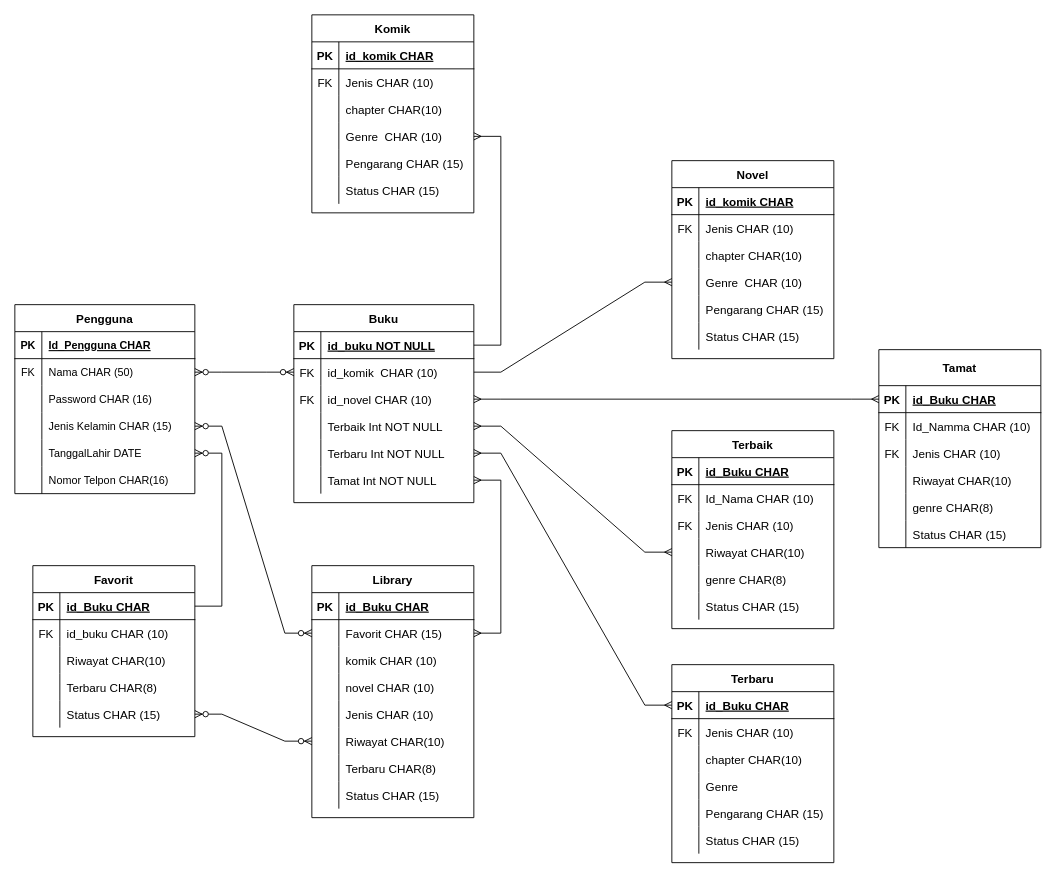
Above: Pertemuan5/pertemuan5-erd.drawio in Nurrohman10/IF214002-2 (draw.io), before the change. Source tidied: cells renumbered, new cells numbered last; positions are measured from the earlier drawing's top-left corner, leaving out a move shared by most shapes. Both pictures are drawn from the tidied source at 90%, with x=0, y=0 at pixel (14, 14).
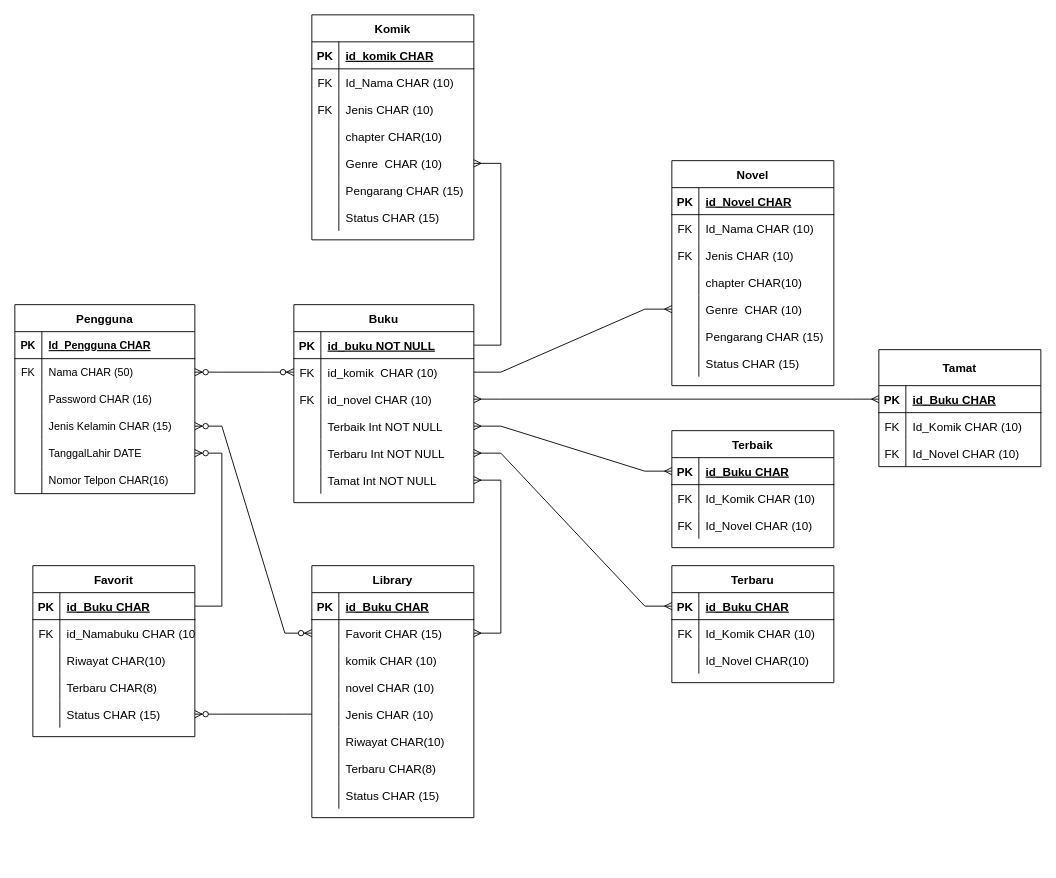
Above is the later version.

Unchanged cells that the change refers to:
```xml
<mxCell id="53" style="shape=tableRow;horizontal=0;startSize=0;swimlaneHead=0;swimlaneBody=0;fillColor=none;points=[[0,0.5],[1,0.5]];portConstraint=eastwest;top=0;left=0;right=0;bottom=0;fontSize=13;" parent="40" vertex="1">
  <mxGeometry y="150" width="180" height="30" as="geometry" />
</mxCell>
<mxCell id="56" style="shape=tableRow;horizontal=0;startSize=0;swimlaneHead=0;swimlaneBody=0;fillColor=none;points=[[0,0.5],[1,0.5]];portConstraint=eastwest;top=0;left=0;right=0;bottom=0;fontSize=13;" parent="40" vertex="1">
  <mxGeometry y="180" width="180" height="30" as="geometry" />
</mxCell>
<mxCell id="70" style="shape=tableRow;horizontal=0;startSize=0;swimlaneHead=0;swimlaneBody=0;fillColor=none;top=0;left=0;right=0;bottom=0;fontSize=13;" parent="66" vertex="1">
  <mxGeometry y="60" width="180" height="30" as="geometry" />
</mxCell>
<mxCell id="79" style="shape=tableRow;horizontal=0;startSize=0;swimlaneHead=0;swimlaneBody=0;fillColor=none;points=[[0,0.5],[1,0.5]];portConstraint=eastwest;top=0;left=0;right=0;bottom=0;fontSize=13;" parent="66" vertex="1">
  <mxGeometry y="150" width="180" height="30" as="geometry" />
</mxCell>
<mxCell id="85" style="shape=tableRow;horizontal=0;startSize=0;swimlaneHead=0;swimlaneBody=0;fillColor=none;points=[[0,0.5],[1,0.5]];portConstraint=eastwest;top=0;left=0;right=0;bottom=1;fontSize=13;" parent="84" vertex="1">
  <mxGeometry y="30" width="180" height="30" as="geometry" />
</mxCell>
<mxCell id="88" style="shape=tableRow;horizontal=0;startSize=0;swimlaneHead=0;swimlaneBody=0;fillColor=none;top=0;left=0;right=0;bottom=0;fontSize=13;" parent="84" vertex="1">
  <mxGeometry y="60" width="180" height="30" as="geometry" />
</mxCell>
<mxCell id="91" style="shape=tableRow;horizontal=0;startSize=0;swimlaneHead=0;swimlaneBody=0;fillColor=none;top=0;left=0;right=0;bottom=0;fontSize=13;" parent="84" vertex="1">
  <mxGeometry y="90" width="180" height="30" as="geometry" />
</mxCell>
<mxCell id="105" style="shape=tableRow;horizontal=0;startSize=0;swimlaneHead=0;swimlaneBody=0;fillColor=none;top=0;left=0;right=0;bottom=1;fontSize=13;" parent="104" vertex="1">
  <mxGeometry y="30" width="180" height="30" as="geometry" />
</mxCell>
<mxCell id="108" style="shape=tableRow;horizontal=0;startSize=0;swimlaneHead=0;swimlaneBody=0;fillColor=none;top=0;left=0;right=0;bottom=0;fontSize=13;" parent="104" vertex="1">
  <mxGeometry y="60" width="180" height="30" as="geometry" />
</mxCell>
<mxCell id="129" style="shape=tableRow;horizontal=0;startSize=0;swimlaneHead=0;swimlaneBody=0;fillColor=none;top=0;left=0;right=0;bottom=0;fontSize=13;" parent="125" vertex="1">
  <mxGeometry y="60" width="180" height="30" as="geometry" />
</mxCell>
<mxCell id="132" style="shape=tableRow;horizontal=0;startSize=0;swimlaneHead=0;swimlaneBody=0;fillColor=none;top=0;left=0;right=0;bottom=0;fontSize=13;" parent="125" vertex="1">
  <mxGeometry y="90" width="180" height="30" as="geometry" />
</mxCell>
<mxCell id="148" style="shape=tableRow;horizontal=0;startSize=0;swimlaneHead=0;swimlaneBody=0;fillColor=none;top=0;left=0;right=0;bottom=0;fontSize=13;" parent="144" vertex="1">
  <mxGeometry y="60" width="180" height="30" as="geometry" />
</mxCell>
<mxCell id="170" style="shape=tableRow;horizontal=0;startSize=0;swimlaneHead=0;swimlaneBody=0;fillColor=none;top=0;left=0;right=0;bottom=0;fontSize=13;" parent="166" vertex="1">
  <mxGeometry y="70" width="180" height="30" as="geometry" />
</mxCell>
<mxCell id="173" style="shape=tableRow;horizontal=0;startSize=0;swimlaneHead=0;swimlaneBody=0;fillColor=none;top=0;left=0;right=0;bottom=0;fontSize=13;" parent="166" vertex="1">
  <mxGeometry y="100" width="180" height="30" as="geometry" />
</mxCell>
```

Change to the diagram source:
```diff
@@
-    <mxCell id="72" value="id_buku CHAR (10)" style="shape=partialRectangle;fillColor=none;top=0;left=0;bottom=0;right=0;align=left;spacingLeft=6;overflow=hidden;fontSize=13;" parent="70" vertex="1">
+    <mxCell id="72" value="id_Namabuku CHAR (10)" style="shape=partialRectangle;fillColor=none;top=0;left=0;bottom=0;right=0;align=left;spacingLeft=6;overflow=hidden;fontSize=13;" parent="70" vertex="1">
       <mxGeometry x="30" width="150" height="30" as="geometry" />
     </mxCell>
@@
-    <mxCell id="82" style="edgeStyle=entityRelationEdgeStyle;fontSize=12;html=1;endArrow=ERzeroToMany;endFill=1;startArrow=ERzeroToMany;rounded=0;entryX=0;entryY=0.5;entryDx=0;entryDy=0;exitX=1;exitY=0.5;exitDx=0;exitDy=0;" parent="1" edge="1" source="79" target="56">
-      <mxGeometry relative="1" as="geometry" />
-    </mxCell>
@@
     <mxCell id="84" value="Terbaik" style="shape=table;startSize=30;childLayout=tableLayout;rowLines=0;fontStyle=1;align=center;fontSize=13;" parent="1" vertex="1">
-      <mxGeometry x="730" y="462" width="180" height="220" as="geometry" />
+      <mxGeometry x="730" y="462" width="180" height="130" as="geometry" />
     </mxCell>
@@
-    <mxCell id="90" value="Id_Nama CHAR (10)" style="shape=partialRectangle;fillColor=none;top=0;left=0;bottom=0;right=0;align=left;spacingLeft=6;overflow=hidden;fontSize=13;" parent="88" vertex="1">
+    <mxCell id="90" value="Id_Komik CHAR (10)" style="shape=partialRectangle;fillColor=none;top=0;left=0;bottom=0;right=0;align=left;spacingLeft=6;overflow=hidden;fontSize=13;" parent="88" vertex="1">
       <mxGeometry x="30" width="150" height="30" as="geometry" />
     </mxCell>
@@
-    <mxCell id="93" value="Jenis CHAR (10)" style="shape=partialRectangle;fillColor=none;top=0;left=0;bottom=0;right=0;align=left;spacingLeft=6;overflow=hidden;fontSize=13;" parent="91" vertex="1">
+    <mxCell id="93" value="Id_Novel CHAR (10)" style="shape=partialRectangle;fillColor=none;top=0;left=0;bottom=0;right=0;align=left;spacingLeft=6;overflow=hidden;fontSize=13;" parent="91" vertex="1">
       <mxGeometry x="30" width="150" height="30" as="geometry" />
     </mxCell>
-    <mxCell id="94" style="shape=tableRow;horizontal=0;startSize=0;swimlaneHead=0;swimlaneBody=0;fillColor=none;points=[[0,0.5],[1,0.5]];portConstraint=eastwest;top=0;left=0;right=0;bottom=0;fontSize=13;" parent="84" vertex="1">
-      <mxGeometry y="120" width="180" height="30" as="geometry" />
-    </mxCell>
-    <mxCell id="95" style="shape=partialRectangle;fillColor=none;top=0;left=0;bottom=0;right=0;overflow=hidden;fontSize=13;" parent="94" vertex="1">
-      <mxGeometry width="30" height="30" as="geometry" />
-    </mxCell>
-    <mxCell id="96" value="Riwayat CHAR(10)" style="shape=partialRectangle;fillColor=none;top=0;left=0;bottom=0;right=0;align=left;spacingLeft=6;overflow=hidden;fontSize=13;" parent="94" vertex="1">
-      <mxGeometry x="30" width="150" height="30" as="geometry" />
-    </mxCell>
-    <mxCell id="97" style="shape=tableRow;horizontal=0;startSize=0;swimlaneHead=0;swimlaneBody=0;fillColor=none;top=0;left=0;right=0;bottom=0;fontSize=13;" parent="84" vertex="1">
-      <mxGeometry y="150" width="180" height="30" as="geometry" />
-    </mxCell>
-    <mxCell id="98" style="shape=partialRectangle;fillColor=none;top=0;left=0;bottom=0;right=0;overflow=hidden;fontSize=13;" parent="97" vertex="1">
-      <mxGeometry width="30" height="30" as="geometry" />
-    </mxCell>
-    <mxCell id="99" value="genre CHAR(8)" style="shape=partialRectangle;fillColor=none;top=0;left=0;bottom=0;right=0;align=left;spacingLeft=6;overflow=hidden;fontSize=13;" parent="97" vertex="1">
-      <mxGeometry x="30" width="150" height="30" as="geometry" />
-    </mxCell>
-    <mxCell id="100" style="shape=tableRow;horizontal=0;startSize=0;swimlaneHead=0;swimlaneBody=0;fillColor=none;top=0;left=0;right=0;bottom=0;fontSize=13;" parent="84" vertex="1">
-      <mxGeometry y="180" width="180" height="30" as="geometry" />
-    </mxCell>
-    <mxCell id="101" style="shape=partialRectangle;fillColor=none;top=0;left=0;bottom=0;right=0;overflow=hidden;fontSize=13;" parent="100" vertex="1">
-      <mxGeometry width="30" height="30" as="geometry" />
-    </mxCell>
-    <mxCell id="102" value="Status CHAR (15)" style="shape=partialRectangle;fillColor=none;top=0;left=0;bottom=0;right=0;align=left;spacingLeft=6;overflow=hidden;fontSize=13;" parent="100" vertex="1">
-      <mxGeometry x="30" width="150" height="30" as="geometry" />
-    </mxCell>
-    <mxCell id="103" style="edgeStyle=entityRelationEdgeStyle;fontSize=12;html=1;endArrow=ERmany;startArrow=ERmany;rounded=0;entryX=0;entryY=0.5;entryDx=0;entryDy=0;exitX=1;exitY=0.5;exitDx=0;exitDy=0;" parent="1" edge="1" target="94">
+    <mxCell id="103" style="edgeStyle=entityRelationEdgeStyle;fontSize=12;html=1;endArrow=ERmany;startArrow=ERmany;rounded=0;entryX=0;entryY=0.5;entryDx=0;entryDy=0;exitX=1;exitY=0.5;exitDx=0;exitDy=0;" parent="1" edge="1" target="85">
       <mxGeometry relative="1" as="geometry">
         <mxPoint x="510" y="457" as="sourcePoint" />
       </mxGeometry>
     </mxCell>
     <mxCell id="104" value="Novel" style="shape=table;startSize=30;childLayout=tableLayout;rowLines=0;fontStyle=1;align=center;fontSize=13;" parent="1" vertex="1">
-      <mxGeometry x="730" y="162" width="180" height="220" as="geometry" />
+      <mxGeometry x="730" y="162" width="180" height="250" as="geometry" />
     </mxCell>
@@
-    <mxCell id="107" value="id_komik CHAR" style="shape=partialRectangle;fillColor=none;top=0;left=0;bottom=0;right=0;align=left;spacingLeft=6;fontStyle=5;overflow=hidden;fontSize=13;" parent="105" vertex="1">
+    <mxCell id="107" value="id_Novel CHAR" style="shape=partialRectangle;fillColor=none;top=0;left=0;bottom=0;right=0;align=left;spacingLeft=6;fontStyle=5;overflow=hidden;fontSize=13;" parent="105" vertex="1">
       <mxGeometry x="30" width="150" height="30" as="geometry" />
     </mxCell>
@@
-    <mxCell id="110" value="Jenis CHAR (10)" style="shape=partialRectangle;fillColor=none;top=0;left=0;bottom=0;right=0;align=left;spacingLeft=6;overflow=hidden;fontSize=13;" parent="108" vertex="1">
+    <mxCell id="110" value="Id_Nama CHAR (10)" style="shape=partialRectangle;fillColor=none;top=0;left=0;bottom=0;right=0;align=left;spacingLeft=6;overflow=hidden;fontSize=13;" parent="108" vertex="1">
       <mxGeometry x="30" width="150" height="30" as="geometry" />
     </mxCell>
+    <mxCell id="186" style="shape=tableRow;horizontal=0;startSize=0;swimlaneHead=0;swimlaneBody=0;fillColor=none;top=0;left=0;right=0;bottom=0;fontSize=13;" parent="104" vertex="1">
+      <mxGeometry y="90" width="180" height="30" as="geometry" />
+    </mxCell>
+    <mxCell id="187" value="FK" style="shape=partialRectangle;fillColor=none;top=0;left=0;bottom=0;right=0;overflow=hidden;fontSize=13;" parent="186" vertex="1">
+      <mxGeometry width="30" height="30" as="geometry" />
+    </mxCell>
+    <mxCell id="188" value="Jenis CHAR (10)" style="shape=partialRectangle;fillColor=none;top=0;left=0;bottom=0;right=0;align=left;spacingLeft=6;overflow=hidden;fontSize=13;" parent="186" vertex="1">
+      <mxGeometry x="30" width="150" height="30" as="geometry" />
+    </mxCell>
     <mxCell id="111" style="shape=tableRow;horizontal=0;startSize=0;swimlaneHead=0;swimlaneBody=0;fillColor=none;top=0;left=0;right=0;bottom=0;fontSize=13;" parent="104" vertex="1">
-      <mxGeometry y="90" width="180" height="30" as="geometry" />
+      <mxGeometry y="120" width="180" height="30" as="geometry" />
     </mxCell>
@@
     <mxCell id="114" style="shape=tableRow;horizontal=0;startSize=0;swimlaneHead=0;swimlaneBody=0;fillColor=none;points=[[0,0.5],[1,0.5]];portConstraint=eastwest;top=0;left=0;right=0;bottom=0;fontSize=13;" parent="104" vertex="1">
-      <mxGeometry y="120" width="180" height="30" as="geometry" />
+      <mxGeometry y="150" width="180" height="30" as="geometry" />
     </mxCell>
@@
     <mxCell id="117" style="shape=tableRow;horizontal=0;startSize=0;swimlaneHead=0;swimlaneBody=0;fillColor=none;top=0;left=0;right=0;bottom=0;fontSize=13;" parent="104" vertex="1">
-      <mxGeometry y="150" width="180" height="30" as="geometry" />
+      <mxGeometry y="180" width="180" height="30" as="geometry" />
     </mxCell>
@@
     <mxCell id="120" style="shape=tableRow;horizontal=0;startSize=0;swimlaneHead=0;swimlaneBody=0;fillColor=none;top=0;left=0;right=0;bottom=0;fontSize=13;" parent="104" vertex="1">
-      <mxGeometry y="180" width="180" height="30" as="geometry" />
+      <mxGeometry y="210" width="180" height="30" as="geometry" />
     </mxCell>
@@
     <mxCell id="125" value="Terbaru" style="shape=table;startSize=30;childLayout=tableLayout;rowLines=0;fontStyle=1;align=center;fontSize=13;" parent="1" vertex="1">
-      <mxGeometry x="730" y="722" width="180" height="220" as="geometry" />
+      <mxGeometry x="730" y="612" width="180" height="130" as="geometry" />
     </mxCell>
@@
-    <mxCell id="131" value="Jenis CHAR (10)" style="shape=partialRectangle;fillColor=none;top=0;left=0;bottom=0;right=0;align=left;spacingLeft=6;overflow=hidden;fontSize=13;" parent="129" vertex="1">
+    <mxCell id="131" value="Id_Komik CHAR (10)" style="shape=partialRectangle;fillColor=none;top=0;left=0;bottom=0;right=0;align=left;spacingLeft=6;overflow=hidden;fontSize=13;" parent="129" vertex="1">
       <mxGeometry x="30" width="150" height="30" as="geometry" />
     </mxCell>
@@
-    <mxCell id="134" value="chapter CHAR(10)" style="shape=partialRectangle;fillColor=none;top=0;left=0;bottom=0;right=0;align=left;spacingLeft=6;overflow=hidden;fontSize=13;" parent="132" vertex="1">
+    <mxCell id="134" value="Id_Novel CHAR(10)" style="shape=partialRectangle;fillColor=none;top=0;left=0;bottom=0;right=0;align=left;spacingLeft=6;overflow=hidden;fontSize=13;" parent="132" vertex="1">
       <mxGeometry x="30" width="150" height="30" as="geometry" />
     </mxCell>
-    <mxCell id="135" style="shape=tableRow;horizontal=0;startSize=0;swimlaneHead=0;swimlaneBody=0;fillColor=none;top=0;left=0;right=0;bottom=0;fontSize=13;" parent="125" vertex="1">
-      <mxGeometry y="120" width="180" height="30" as="geometry" />
-    </mxCell>
-    <mxCell id="136" style="shape=partialRectangle;fillColor=none;top=0;left=0;bottom=0;right=0;overflow=hidden;fontSize=13;" parent="135" vertex="1">
-      <mxGeometry width="30" height="30" as="geometry" />
-    </mxCell>
-    <mxCell id="137" value="Genre  " style="shape=partialRectangle;fillColor=none;top=0;left=0;bottom=0;right=0;align=left;spacingLeft=6;overflow=hidden;fontSize=13;" parent="135" vertex="1">
-      <mxGeometry x="30" width="150" height="30" as="geometry" />
-    </mxCell>
-    <mxCell id="138" style="shape=tableRow;horizontal=0;startSize=0;swimlaneHead=0;swimlaneBody=0;fillColor=none;top=0;left=0;right=0;bottom=0;fontSize=13;" parent="125" vertex="1">
-      <mxGeometry y="150" width="180" height="30" as="geometry" />
-    </mxCell>
-    <mxCell id="139" style="shape=partialRectangle;fillColor=none;top=0;left=0;bottom=0;right=0;overflow=hidden;fontSize=13;" parent="138" vertex="1">
-      <mxGeometry width="30" height="30" as="geometry" />
-    </mxCell>
-    <mxCell id="140" value="Pengarang CHAR (15)" style="shape=partialRectangle;fillColor=none;top=0;left=0;bottom=0;right=0;align=left;spacingLeft=6;overflow=hidden;fontSize=13;" parent="138" vertex="1">
-      <mxGeometry x="30" width="150" height="30" as="geometry" />
-    </mxCell>
-    <mxCell id="141" style="shape=tableRow;horizontal=0;startSize=0;swimlaneHead=0;swimlaneBody=0;fillColor=none;top=0;left=0;right=0;bottom=0;fontSize=13;" parent="125" vertex="1">
-      <mxGeometry y="180" width="180" height="30" as="geometry" />
-    </mxCell>
-    <mxCell id="142" style="shape=partialRectangle;fillColor=none;top=0;left=0;bottom=0;right=0;overflow=hidden;fontSize=13;" parent="141" vertex="1">
-      <mxGeometry width="30" height="30" as="geometry" />
-    </mxCell>
-    <mxCell id="143" value="Status CHAR (15)" style="shape=partialRectangle;fillColor=none;top=0;left=0;bottom=0;right=0;align=left;spacingLeft=6;overflow=hidden;fontSize=13;" parent="141" vertex="1">
-      <mxGeometry x="30" width="150" height="30" as="geometry" />
-    </mxCell>
     <mxCell id="144" value="Komik" style="shape=table;startSize=30;childLayout=tableLayout;rowLines=0;fontStyle=1;align=center;fontSize=13;" parent="1" vertex="1">
-      <mxGeometry x="330" width="180" height="220" as="geometry" />
+      <mxGeometry x="330" width="180" height="250" as="geometry" />
     </mxCell>
@@
-    <mxCell id="150" value="Jenis CHAR (10)" style="shape=partialRectangle;fillColor=none;top=0;left=0;bottom=0;right=0;align=left;spacingLeft=6;overflow=hidden;fontSize=13;" parent="148" vertex="1">
+    <mxCell id="150" value="Id_Nama CHAR (10)" style="shape=partialRectangle;fillColor=none;top=0;left=0;bottom=0;right=0;align=left;spacingLeft=6;overflow=hidden;fontSize=13;" parent="148" vertex="1">
       <mxGeometry x="30" width="150" height="30" as="geometry" />
     </mxCell>
+    <mxCell id="189" style="shape=tableRow;horizontal=0;startSize=0;swimlaneHead=0;swimlaneBody=0;fillColor=none;top=0;left=0;right=0;bottom=0;fontSize=13;" parent="144" vertex="1">
+      <mxGeometry y="90" width="180" height="30" as="geometry" />
+    </mxCell>
+    <mxCell id="190" value="FK" style="shape=partialRectangle;fillColor=none;top=0;left=0;bottom=0;right=0;overflow=hidden;fontSize=13;" parent="189" vertex="1">
+      <mxGeometry width="30" height="30" as="geometry" />
+    </mxCell>
+    <mxCell id="191" value="Jenis CHAR (10)" style="shape=partialRectangle;fillColor=none;top=0;left=0;bottom=0;right=0;align=left;spacingLeft=6;overflow=hidden;fontSize=13;" parent="189" vertex="1">
+      <mxGeometry x="30" width="150" height="30" as="geometry" />
+    </mxCell>
     <mxCell id="151" style="shape=tableRow;horizontal=0;startSize=0;swimlaneHead=0;swimlaneBody=0;fillColor=none;top=0;left=0;right=0;bottom=0;fontSize=13;" parent="144" vertex="1">
-      <mxGeometry y="90" width="180" height="30" as="geometry" />
+      <mxGeometry y="120" width="180" height="30" as="geometry" />
     </mxCell>
@@
     <mxCell id="154" style="shape=tableRow;horizontal=0;startSize=0;swimlaneHead=0;swimlaneBody=0;fillColor=none;points=[[0,0.5],[1,0.5]];portConstraint=eastwest;top=0;left=0;right=0;bottom=0;fontSize=13;" parent="144" vertex="1">
-      <mxGeometry y="120" width="180" height="30" as="geometry" />
+      <mxGeometry y="150" width="180" height="30" as="geometry" />
     </mxCell>
@@
     <mxCell id="157" style="shape=tableRow;horizontal=0;startSize=0;swimlaneHead=0;swimlaneBody=0;fillColor=none;top=0;left=0;right=0;bottom=0;fontSize=13;" parent="144" vertex="1">
-      <mxGeometry y="150" width="180" height="30" as="geometry" />
+      <mxGeometry y="180" width="180" height="30" as="geometry" />
     </mxCell>
@@
     <mxCell id="160" style="shape=tableRow;horizontal=0;startSize=0;swimlaneHead=0;swimlaneBody=0;fillColor=none;top=0;left=0;right=0;bottom=0;fontSize=13;" parent="144" vertex="1">
-      <mxGeometry y="180" width="180" height="30" as="geometry" />
+      <mxGeometry y="210" width="180" height="30" as="geometry" />
     </mxCell>
@@
     <mxCell id="166" value="Tamat" style="shape=table;startSize=40;childLayout=tableLayout;rowLines=0;fontStyle=1;align=center;fontSize=13;" parent="1" vertex="1">
-      <mxGeometry x="960" y="372" width="180" height="220" as="geometry" />
+      <mxGeometry x="960" y="372" width="180" height="130" as="geometry" />
     </mxCell>
@@
-    <mxCell id="172" value="Id_Namma CHAR (10)" style="shape=partialRectangle;fillColor=none;top=0;left=0;bottom=0;right=0;align=left;spacingLeft=6;overflow=hidden;fontSize=13;" parent="170" vertex="1">
+    <mxCell id="172" value="Id_Komik CHAR (10)" style="shape=partialRectangle;fillColor=none;top=0;left=0;bottom=0;right=0;align=left;spacingLeft=6;overflow=hidden;fontSize=13;" parent="170" vertex="1">
       <mxGeometry x="30" width="150" height="30" as="geometry" />
     </mxCell>
@@
-    <mxCell id="175" value="Jenis CHAR (10)" style="shape=partialRectangle;fillColor=none;top=0;left=0;bottom=0;right=0;align=left;spacingLeft=6;overflow=hidden;fontSize=13;" parent="173" vertex="1">
+    <mxCell id="175" value="Id_Novel CHAR (10)" style="shape=partialRectangle;fillColor=none;top=0;left=0;bottom=0;right=0;align=left;spacingLeft=6;overflow=hidden;fontSize=13;" parent="173" vertex="1">
       <mxGeometry x="30" width="150" height="30" as="geometry" />
     </mxCell>
-    <mxCell id="176" style="shape=tableRow;horizontal=0;startSize=0;swimlaneHead=0;swimlaneBody=0;fillColor=none;top=0;left=0;right=0;bottom=0;fontSize=13;" parent="166" vertex="1">
-      <mxGeometry y="130" width="180" height="30" as="geometry" />
-    </mxCell>
-    <mxCell id="177" style="shape=partialRectangle;fillColor=none;top=0;left=0;bottom=0;right=0;overflow=hidden;fontSize=13;" parent="176" vertex="1">
-      <mxGeometry width="30" height="30" as="geometry" />
-    </mxCell>
-    <mxCell id="178" value="Riwayat CHAR(10)" style="shape=partialRectangle;fillColor=none;top=0;left=0;bottom=0;right=0;align=left;spacingLeft=6;overflow=hidden;fontSize=13;" parent="176" vertex="1">
-      <mxGeometry x="30" width="150" height="30" as="geometry" />
-    </mxCell>
-    <mxCell id="179" style="shape=tableRow;horizontal=0;startSize=0;swimlaneHead=0;swimlaneBody=0;fillColor=none;top=0;left=0;right=0;bottom=0;fontSize=13;" parent="166" vertex="1">
-      <mxGeometry y="160" width="180" height="30" as="geometry" />
-    </mxCell>
-    <mxCell id="180" style="shape=partialRectangle;fillColor=none;top=0;left=0;bottom=0;right=0;overflow=hidden;fontSize=13;" parent="179" vertex="1">
-      <mxGeometry width="30" height="30" as="geometry" />
-    </mxCell>
-    <mxCell id="181" value="genre CHAR(8)" style="shape=partialRectangle;fillColor=none;top=0;left=0;bottom=0;right=0;align=left;spacingLeft=6;overflow=hidden;fontSize=13;" parent="179" vertex="1">
-      <mxGeometry x="30" width="150" height="30" as="geometry" />
-    </mxCell>
-    <mxCell id="182" style="shape=tableRow;horizontal=0;startSize=0;swimlaneHead=0;swimlaneBody=0;fillColor=none;top=0;left=0;right=0;bottom=0;fontSize=13;" parent="166" vertex="1">
-      <mxGeometry y="190" width="180" height="30" as="geometry" />
-    </mxCell>
-    <mxCell id="183" style="shape=partialRectangle;fillColor=none;top=0;left=0;bottom=0;right=0;overflow=hidden;fontSize=13;" parent="182" vertex="1">
-      <mxGeometry width="30" height="30" as="geometry" />
-    </mxCell>
-    <mxCell id="184" value="Status CHAR (15)" style="shape=partialRectangle;fillColor=none;top=0;left=0;bottom=0;right=0;align=left;spacingLeft=6;overflow=hidden;fontSize=13;" parent="182" vertex="1">
-      <mxGeometry x="30" width="150" height="30" as="geometry" />
-    </mxCell>
@@
+    <mxCell id="192" style="edgeStyle=entityRelationEdgeStyle;fontSize=12;html=1;endArrow=ERzeroToMany;endFill=1;rounded=0;entryX=1;entryY=0.5;entryDx=0;entryDy=0;exitX=0;exitY=0.5;exitDx=0;exitDy=0;" parent="1" edge="1" source="53" target="79">
+      <mxGeometry relative="1" as="geometry" />
+    </mxCell>
```
